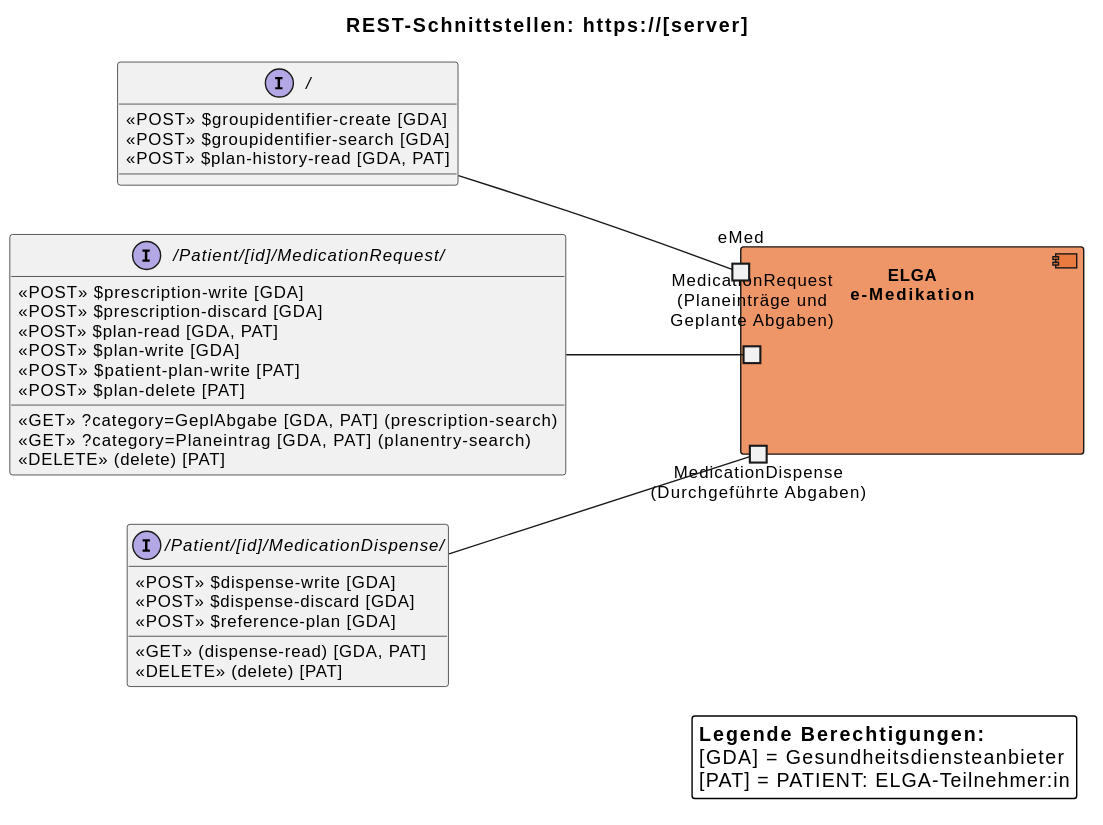
This is r4-ELGA-e-Medikation-main/plantuml/interaction_overview.svg from HL7Austria/hl7austria.github.io, a PlantUML export, as it was before one commit.
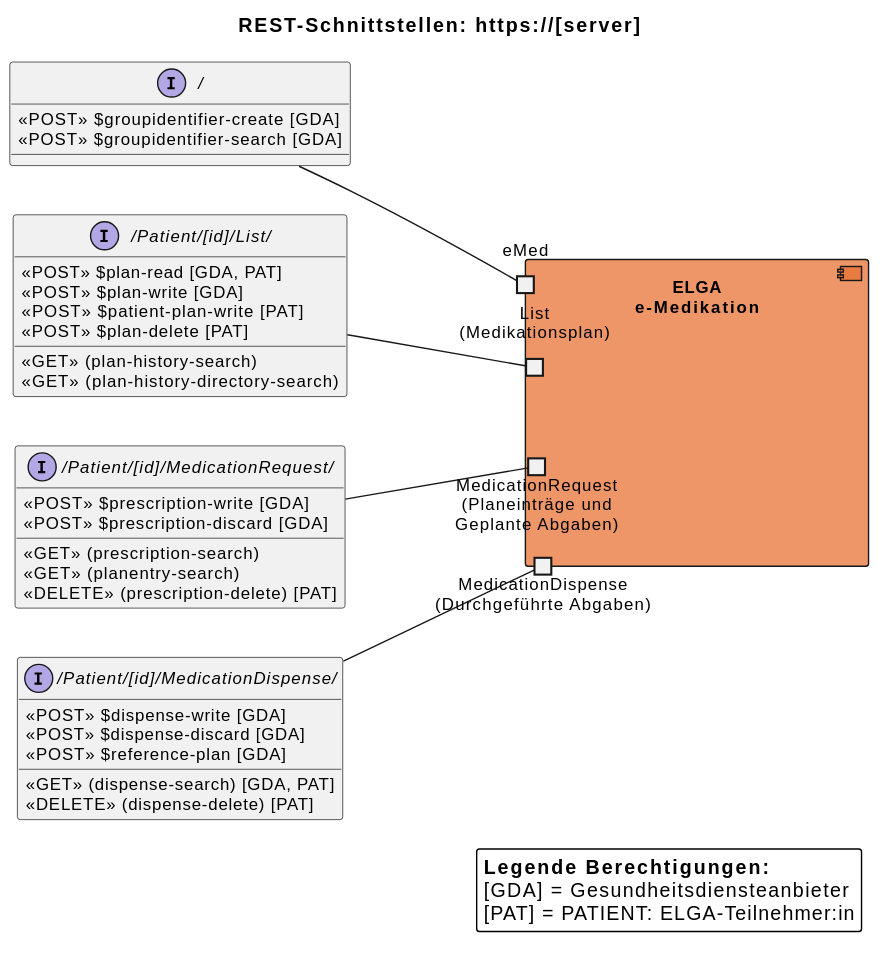
The same file after the commit.

Diff of the diagram source:
```diff
@@ -28,35 +28,41 @@
 
 title REST-Schnittstellen: https://[server]
 
-interface "/Patient/[id]/MedicationDispense/" as IDurchgAbgabe {
-  «POST» $dispense-write [GDA]
-  «POST» $dispense-discard [GDA]
-  «POST» $reference-plan [GDA]
-  «GET» (dispense-read) [GDA, PAT]
-  «DELETE» (delete) [PAT]
+
+interface "/" as IEmed {
+  «POST» $groupidentifier-create [GDA]
+  «POST» $groupidentifier-search [GDA]
+}
+
+interface "/Patient/[id]/List/" as IList {
+  «POST» $plan-read [GDA, PAT]
+  «POST» $plan-write [GDA]
+  «POST» $patient-plan-write [PAT]
+  «POST» $plan-delete [PAT]
+  «GET» (plan-history-search)
+  «GET» (plan-history-directory-search)
 }
 
 interface "/Patient/[id]/MedicationRequest/" as IMedicationRequest {
   «POST» $prescription-write [GDA]
   «POST» $prescription-discard [GDA]
-  «POST» $plan-read [GDA, PAT]
-  «POST» $plan-write [GDA]
-  «POST» $patient-plan-write [PAT]
-  «POST» $plan-delete [PAT]
-  «GET» ?category=GeplAbgabe [GDA, PAT] (prescription-search)
-  «GET» ?category=Planeintrag [GDA, PAT] (planentry-search)
-  «DELETE» (delete) [PAT]
+  «GET» (prescription-search)
+  «GET» (planentry-search)
+  «DELETE» (prescription-delete) [PAT]
+}
+
+interface "/Patient/[id]/MedicationDispense/" as IDurchgAbgabe {
+  «POST» $dispense-write [GDA]
+  «POST» $dispense-discard [GDA]
+  «POST» $reference-plan [GDA]
+  «GET» (dispense-search) [GDA, PAT]
+  «DELETE» (dispense-delete) [PAT]
 }
 
 
-interface "/" as IEmed {
-  «POST» $groupidentifier-create [GDA]
-  «POST» $groupidentifier-search [GDA]
-  «POST» $plan-history-read [GDA, PAT]
-}
-
 
 component "ELGA\ne-Medikation" as Server {
+  port "List\n(Medikationsplan)" as p4
   port "MedicationDispense\n(Durchgeführte Abgaben)" as p3
   port "MedicationRequest\n(Planeinträge und\nGeplante Abgaben)" as p2
   port "eMed" as p1
@@ -65,6 +71,7 @@
 
 p3 -up- IDurchgAbgabe
 p2 -up- IMedicationRequest
+p4 -up- IList
 p1 -up- IEmed
 
 
```
